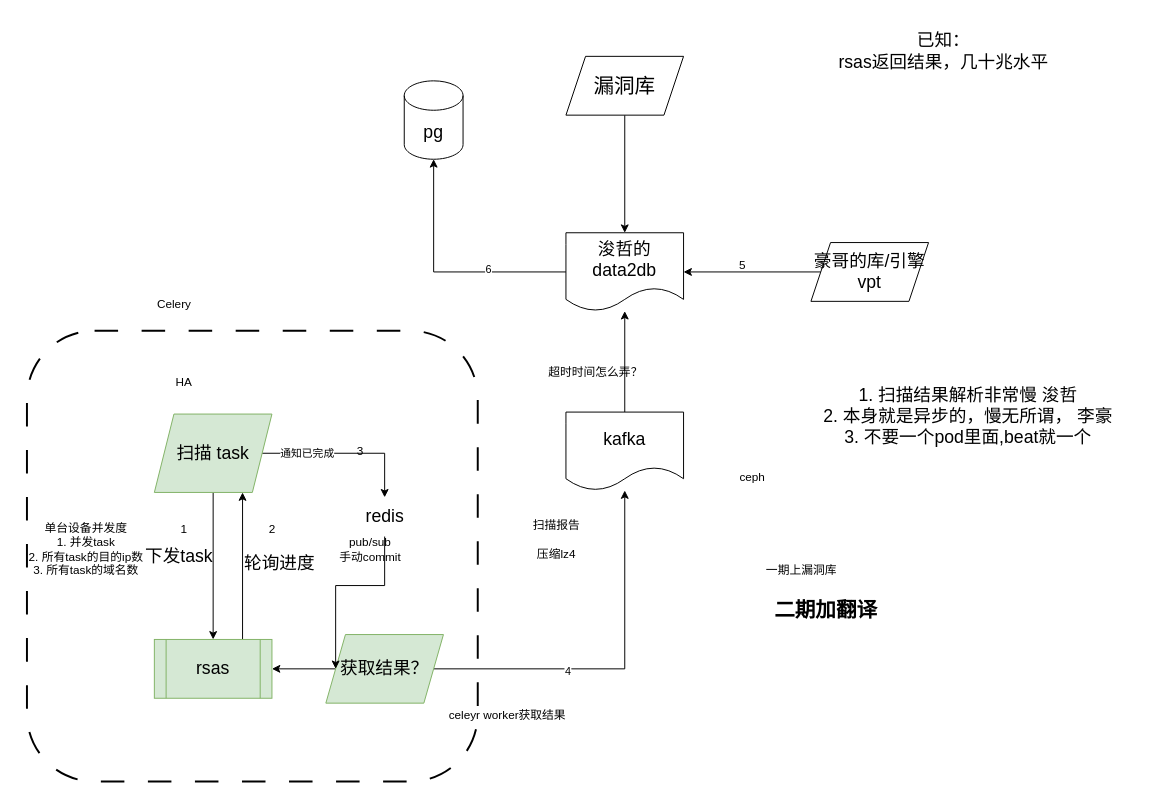
Before: sp19.drawio in caihuayu0322/drawio-github, a draw.io diagram. Source tidied: cells renumbered, new cells numbered last; positions are measured from the earlier drawing's top-left corner, leaving out a move shared by most shapes. Both pictures are drawn from the tidied source at 98%, with x=0, y=0 at pixel (17, 22).
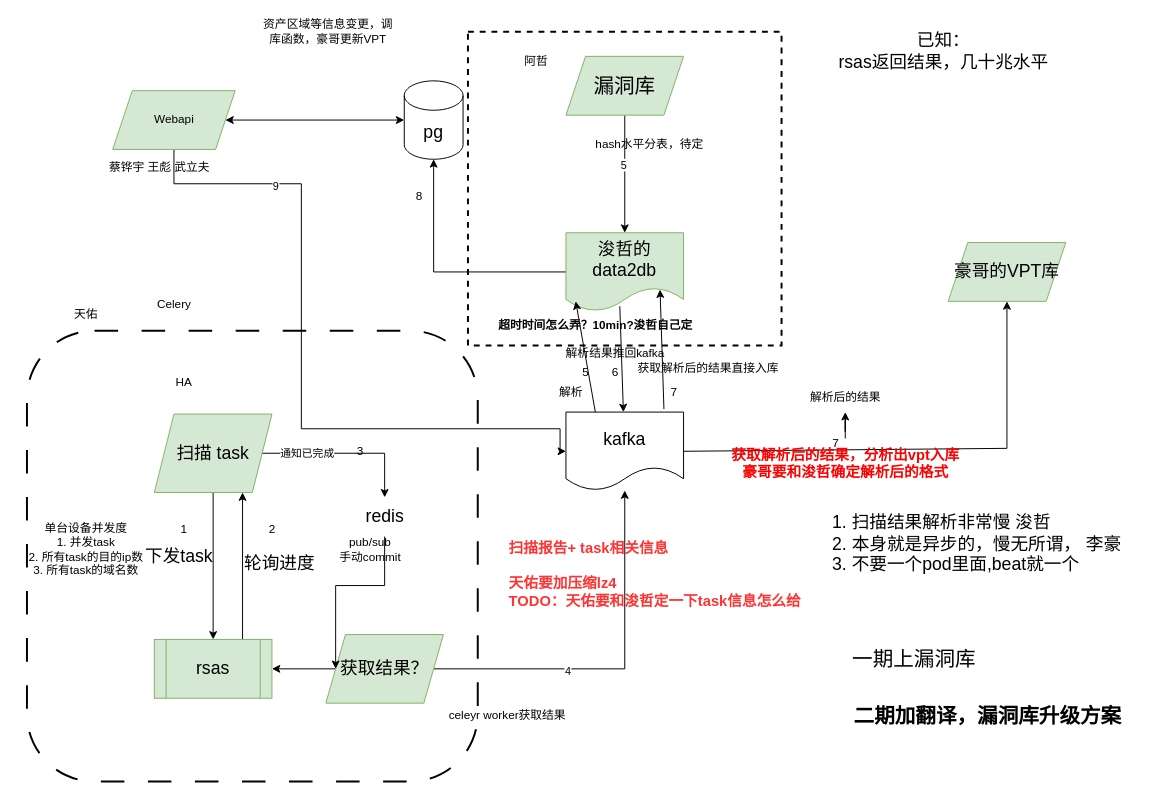
The same diagram, later.

The change refers to these unchanged cells:
```xml
<mxCell id="3" value="pg" style="shape=cylinder3;whiteSpace=wrap;html=1;boundedLbl=1;backgroundOutline=1;size=15;fontSize=18;" parent="1" vertex="1">
  <mxGeometry x="395" y="60" width="60" height="80" as="geometry" />
</mxCell>
<mxCell id="9" value="kafka" style="shape=document;whiteSpace=wrap;html=1;boundedLbl=1;fontSize=18;" parent="1" vertex="1">
  <mxGeometry x="560" y="398" width="120" height="80" as="geometry" />
</mxCell>
<mxCell id="41" style="edgeStyle=orthogonalEdgeStyle;rounded=0;jettySize=auto;html=1;entryX=0.5;entryY=0;entryDx=0;entryDy=0;" parent="1" edge="1" source="42" target="14">
  <mxGeometry relative="1" as="geometry" />
</mxCell>
```

What changed in the source:
```diff
@@
+    <mxCell id="43" style="whiteSpace=wrap;html=1;dashed=1;strokeWidth=2;fillColor=none;" parent="1" vertex="1">
+      <mxGeometry x="460" y="10" width="320" height="320" as="geometry" />
+    </mxCell>
@@
-    <mxCell id="8" style="edgeStyle=orthogonalEdgeStyle;rounded=0;jettySize=auto;html=1;fontSize=18;" parent="1" edge="1" source="9" target="14">
-      <mxGeometry relative="1" as="geometry" />
-    </mxCell>
@@
     <mxCell id="12" style="edgeStyle=orthogonalEdgeStyle;rounded=0;jettySize=auto;html=1;entryX=0.5;entryY=1;entryDx=0;entryDy=0;entryPerimeter=0;fontSize=18;" parent="1" edge="1" source="14" target="3">
-      <mxGeometry relative="1" as="geometry" />
+      <mxGeometry relative="1" as="geometry">
+        <Array as="points">
+          <mxPoint x="425" y="255" />
+        </Array>
+      </mxGeometry>
     </mxCell>
-    <mxCell id="13" value="6" style="edgeLabel;html=1;align=center;verticalAlign=middle;" parent="12" vertex="1">
-      <mxGeometry x="-0.36" y="-3" relative="1" as="geometry" />
-    </mxCell>
-    <mxCell id="14" value="浚哲的data2db" style="shape=document;whiteSpace=wrap;html=1;boundedLbl=1;fontSize=18;" parent="1" vertex="1">
+    <mxCell id="14" value="浚哲的data2db" style="shape=document;whiteSpace=wrap;html=1;boundedLbl=1;fontSize=18;fillColor=#d5e8d4;strokeColor=#82b366;" parent="1" vertex="1">
       <mxGeometry x="560" y="215" width="120" height="80" as="geometry" />
     </mxCell>
-    <mxCell id="15" style="edgeStyle=orthogonalEdgeStyle;rounded=0;jettySize=auto;html=1;entryX=1;entryY=0.5;entryDx=0;entryDy=0;" parent="1" edge="1" source="16" target="14">
-      <mxGeometry relative="1" as="geometry" />
-    </mxCell>
-    <mxCell id="16" value="豪哥的库/引擎&lt;br style=&quot;font-size: 18px;&quot;&gt;vpt" style="shape=parallelogram;perimeter=parallelogramPerimeter;whiteSpace=wrap;html=1;fixedSize=1;fontSize=18;" parent="1" vertex="1">
-      <mxGeometry x="810" y="225" width="120" height="60" as="geometry" />
+    <mxCell id="16" value="豪哥的VPT库" style="shape=parallelogram;perimeter=parallelogramPerimeter;whiteSpace=wrap;html=1;fixedSize=1;fontSize=18;fillColor=#d5e8d4;strokeColor=#82b366;" parent="1" vertex="1">
+      <mxGeometry x="950" y="225" width="120" height="60" as="geometry" />
     </mxCell>
@@
-    <mxCell id="25" value="1. 扫描结果解析非常慢 浚哲&lt;br style=&quot;font-size: 18px;&quot;&gt;2. 本身就是异步的，慢无所谓， 李豪&lt;br&gt;3. 不要一个pod里面,beat就一个" style="text;html=1;align=center;verticalAlign=middle;strokeColor=none;fillColor=none;fontSize=18;" parent="1" vertex="1">
-      <mxGeometry x="810" y="363" width="320" height="80" as="geometry" />
+    <mxCell id="25" value="1. 扫描结果解析非常慢 浚哲&lt;br style=&quot;font-size: 18px;&quot;&gt;2. 本身就是异步的，慢无所谓， 李豪&lt;br&gt;3. 不要一个pod里面,beat就一个" style="text;html=1;align=left;verticalAlign=middle;strokeColor=none;fillColor=none;fontSize=18;" parent="1" vertex="1">
+      <mxGeometry x="830" y="493" width="320" height="80" as="geometry" />
     </mxCell>
@@
-    <mxCell id="29" value="扫描报告&lt;br&gt;&lt;br&gt;压缩lz4" style="text;html=1;align=center;verticalAlign=middle;strokeColor=none;fillColor=none;" parent="1" vertex="1">
-      <mxGeometry x="515" y="498" width="70" height="60" as="geometry" />
+    <mxCell id="29" value="&lt;font color=&quot;#ff3333&quot;&gt;扫描报告+ task相关信息&lt;br style=&quot;font-size: 15px;&quot;&gt;&lt;br style=&quot;font-size: 15px;&quot;&gt;天佑要加压缩lz4&lt;br style=&quot;font-size: 15px;&quot;&gt;&lt;span style=&quot;font-size: 15px;&quot;&gt;TODO：天佑要和浚哲定一下task信息怎么给&lt;/span&gt;&lt;/font&gt;" style="text;html=1;align=left;verticalAlign=middle;strokeColor=none;fillColor=none;fontStyle=1;fontSize=15;" parent="1" vertex="1">
+      <mxGeometry x="500" y="518" width="320" height="90" as="geometry" />
     </mxCell>
@@
-    <mxCell id="34" value="&lt;b&gt;二期加翻译&lt;/b&gt;" style="text;html=1;align=center;verticalAlign=middle;strokeColor=none;fillColor=none;fontSize=21;" parent="1" vertex="1">
-      <mxGeometry x="760" y="580" width="130" height="40" as="geometry" />
+    <mxCell id="34" value="&lt;b&gt;二期加翻译，漏洞库升级方案&lt;/b&gt;" style="text;html=1;align=center;verticalAlign=middle;strokeColor=none;fillColor=none;fontSize=21;" parent="1" vertex="1">
+      <mxGeometry x="840" y="688" width="300" height="40" as="geometry" />
     </mxCell>
-    <mxCell id="35" value="一期上漏洞库" style="text;html=1;align=center;verticalAlign=middle;strokeColor=none;fillColor=none;" parent="1" vertex="1">
-      <mxGeometry x="750" y="545" width="100" height="30" as="geometry" />
+    <mxCell id="35" value="一期上漏洞库" style="text;html=1;align=center;verticalAlign=middle;strokeColor=none;fillColor=none;fontSize=21;" parent="1" vertex="1">
+      <mxGeometry x="840" y="630" width="150" height="40" as="geometry" />
     </mxCell>
-    <mxCell id="36" value="超时时间怎么弄？" style="text;html=1;align=center;verticalAlign=middle;strokeColor=none;fillColor=none;" parent="1" vertex="1">
-      <mxGeometry x="530" y="343" width="120" height="30" as="geometry" />
+    <mxCell id="36" value="超时时间怎么弄？10min?浚哲自己定" style="text;html=1;align=center;verticalAlign=middle;strokeColor=none;fillColor=none;fontStyle=1;" parent="1" vertex="1">
+      <mxGeometry x="480" y="295" width="220" height="30" as="geometry" />
     </mxCell>
@@
-    <mxCell id="39" value="ceph" style="text;html=1;align=center;verticalAlign=middle;strokeColor=none;fillColor=none;" parent="1" vertex="1">
-      <mxGeometry x="725" y="450" width="50" height="30" as="geometry" />
-    </mxCell>
-    <mxCell id="40" value="5" style="text;html=1;align=center;verticalAlign=middle;strokeColor=none;fillColor=none;" parent="1" vertex="1">
-      <mxGeometry x="725" y="233" width="30" height="30" as="geometry" />
+    <mxCell id="40" value="7" style="text;html=1;align=center;verticalAlign=middle;strokeColor=none;fillColor=none;" parent="1" vertex="1">
+      <mxGeometry x="820" y="415" width="30" height="30" as="geometry" />
     </mxCell>
@@
+    <mxCell id="44" value="5" style="edgeLabel;html=1;align=center;verticalAlign=middle;" parent="41" vertex="1">
+      <mxGeometry x="-0.17" y="-2" relative="1" as="geometry" />
+    </mxCell>
-    <mxCell id="42" value="漏洞库" style="shape=parallelogram;perimeter=parallelogramPerimeter;whiteSpace=wrap;html=1;fixedSize=1;fontSize=21;" parent="1" vertex="1">
+    <mxCell id="42" value="漏洞库" style="shape=parallelogram;perimeter=parallelogramPerimeter;whiteSpace=wrap;html=1;fixedSize=1;fontSize=21;fillColor=#d5e8d4;strokeColor=#82b366;" parent="1" vertex="1">
       <mxGeometry x="560" y="35" width="120" height="60" as="geometry" />
     </mxCell>
+    <mxCell id="45" value="hash水平分表，待定" style="text;html=1;align=center;verticalAlign=middle;strokeColor=none;fillColor=none;" parent="1" vertex="1">
+      <mxGeometry x="580" y="110" width="130" height="30" as="geometry" />
+    </mxCell>
+    <mxCell id="46" value="天佑" style="text;html=1;align=center;verticalAlign=middle;strokeColor=none;fillColor=none;" parent="1" vertex="1">
+      <mxGeometry x="45" y="283" width="50" height="30" as="geometry" />
+    </mxCell>
+    <mxCell id="47" value="阿哲" style="text;html=1;strokeColor=none;fillColor=none;align=center;verticalAlign=middle;whiteSpace=wrap;rounded=0;" parent="1" vertex="1">
+      <mxGeometry x="500" y="25" width="60" height="30" as="geometry" />
+    </mxCell>
+    <mxCell id="48" style="edgeStyle=orthogonalEdgeStyle;rounded=0;jettySize=auto;html=1;entryX=0;entryY=0.5;entryDx=0;entryDy=0;" parent="1" edge="1" source="50" target="9">
+      <mxGeometry relative="1" as="geometry">
+        <Array as="points">
+          <mxPoint x="160" y="165" />
+          <mxPoint x="290" y="165" />
+          <mxPoint x="290" y="415" />
+          <mxPoint x="554" y="415" />
+          <mxPoint x="554" y="438" />
+        </Array>
+      </mxGeometry>
+    </mxCell>
+    <mxCell id="49" value="9" style="edgeLabel;html=1;align=center;verticalAlign=middle;" parent="48" vertex="1">
+      <mxGeometry x="-0.61" y="-2" relative="1" as="geometry" />
+    </mxCell>
+    <mxCell id="50" value="Webapi" style="shape=parallelogram;perimeter=parallelogramPerimeter;whiteSpace=wrap;html=1;fixedSize=1;fillColor=#d5e8d4;strokeColor=#82b366;" parent="1" vertex="1">
+      <mxGeometry x="97.5" y="70" width="125" height="60" as="geometry" />
+    </mxCell>
+    <mxCell id="51" value="资产区域等信息变更，调库函数，豪哥更新VPT" style="text;html=1;strokeColor=none;fillColor=none;align=center;verticalAlign=middle;whiteSpace=wrap;rounded=0;" parent="1" vertex="1">
+      <mxGeometry x="245" y="-5" width="145" height="30" as="geometry" />
+    </mxCell>
+    <mxCell id="52" style="endArrow=classic;startArrow=classic;html=1;rounded=0;exitX=1;exitY=0.5;exitDx=0;exitDy=0;entryX=0;entryY=0.5;entryDx=0;entryDy=0;entryPerimeter=0;" parent="1" edge="1" source="50" target="3">
+      <mxGeometry relative="1" as="geometry" />
+    </mxCell>
+    <mxCell id="53" value="蔡铧宇 王彪 武立夫" style="text;html=1;align=center;verticalAlign=middle;strokeColor=none;fillColor=none;" parent="1" vertex="1">
+      <mxGeometry x="80" y="133" width="130" height="30" as="geometry" />
+    </mxCell>
+    <mxCell id="54" value="8" style="text;html=1;align=center;verticalAlign=middle;strokeColor=none;fillColor=none;" parent="1" vertex="1">
+      <mxGeometry x="395" y="163" width="30" height="30" as="geometry" />
+    </mxCell>
+    <mxCell id="55" style="endArrow=classic;html=1;rounded=0;entryX=0.5;entryY=1;entryDx=0;entryDy=0;exitX=1;exitY=0.5;exitDx=0;exitDy=0;" parent="1" edge="1" source="9" target="16">
+      <mxGeometry relative="1" as="geometry">
+        <Array as="points">
+          <mxPoint x="1010" y="435" />
+        </Array>
+      </mxGeometry>
+    </mxCell>
+    <mxCell id="56" style="endArrow=classic;html=1;rounded=0;exitX=0.458;exitY=0.938;exitDx=0;exitDy=0;exitPerimeter=0;" parent="1" edge="1" source="14" target="9">
+      <mxGeometry relative="1" as="geometry" />
+    </mxCell>
+    <mxCell id="57" style="endArrow=classic;html=1;rounded=0;entryX=0.8;entryY=0.725;entryDx=0;entryDy=0;entryPerimeter=0;" parent="1" edge="1" target="14">
+      <mxGeometry relative="1" as="geometry">
+        <mxPoint x="660" y="395" as="sourcePoint" />
+      </mxGeometry>
+    </mxCell>
+    <mxCell id="58" value="解析后的结果" style="text;html=1;align=center;verticalAlign=middle;points=[];strokeColor=none;fillColor=none;" parent="1" vertex="1">
+      <mxGeometry x="795" y="368" width="100" height="30" as="geometry" />
+    </mxCell>
+    <mxCell id="59" value="获取解析后的结果直接入库" style="text;html=1;align=center;verticalAlign=middle;strokeColor=none;fillColor=none;" parent="1" vertex="1">
+      <mxGeometry x="620" y="339" width="170" height="30" as="geometry" />
+    </mxCell>
+    <mxCell id="60" style="edgeStyle=orthogonalEdgeStyle;rounded=0;jettySize=auto;html=1;" parent="1" edge="1" source="61" target="58">
+      <mxGeometry relative="1" as="geometry" />
+    </mxCell>
+    <mxCell id="61" value="&lt;font style=&quot;font-size: 15px;&quot; color=&quot;#ff0000&quot;&gt;&lt;b&gt;获取解析后的结果，分析出vpt入库&lt;br&gt;豪哥要和浚哲确定解析后的格式&lt;/b&gt;&lt;/font&gt;" style="text;html=1;align=center;verticalAlign=middle;points=[];strokeColor=none;fillColor=none;" parent="1" vertex="1">
+      <mxGeometry x="720" y="425" width="250" height="50" as="geometry" />
+    </mxCell>
+    <mxCell id="8" style="endArrow=classic;html=1;rounded=0;entryX=0.083;entryY=0.875;entryDx=0;entryDy=0;entryPerimeter=0;exitX=0.25;exitY=0;exitDx=0;exitDy=0;" parent="1" edge="1" source="9" target="14">
+      <mxGeometry relative="1" as="geometry" />
+    </mxCell>
+    <mxCell id="62" value="5" style="text;html=1;align=center;verticalAlign=middle;strokeColor=none;fillColor=none;" parent="1" vertex="1">
+      <mxGeometry x="565" y="343" width="30" height="30" as="geometry" />
+    </mxCell>
+    <mxCell id="13" value="6" style="text;html=1;align=center;verticalAlign=middle;strokeColor=none;fillColor=none;" parent="1" vertex="1">
+      <mxGeometry x="595" y="343" width="30" height="30" as="geometry" />
+    </mxCell>
+    <mxCell id="63" value="7" style="text;html=1;align=center;verticalAlign=middle;strokeColor=none;fillColor=none;" parent="1" vertex="1">
+      <mxGeometry x="655" y="363" width="30" height="30" as="geometry" />
+    </mxCell>
+    <mxCell id="64" value="解析" style="text;html=1;align=center;verticalAlign=middle;strokeColor=none;fillColor=none;" parent="1" vertex="1">
+      <mxGeometry x="540" y="363" width="50" height="30" as="geometry" />
+    </mxCell>
+    <mxCell id="65" value="解析结果推回kafka" style="text;html=1;align=center;verticalAlign=middle;strokeColor=none;fillColor=none;" parent="1" vertex="1">
+      <mxGeometry x="550" y="323" width="120" height="30" as="geometry" />
+    </mxCell>
```
